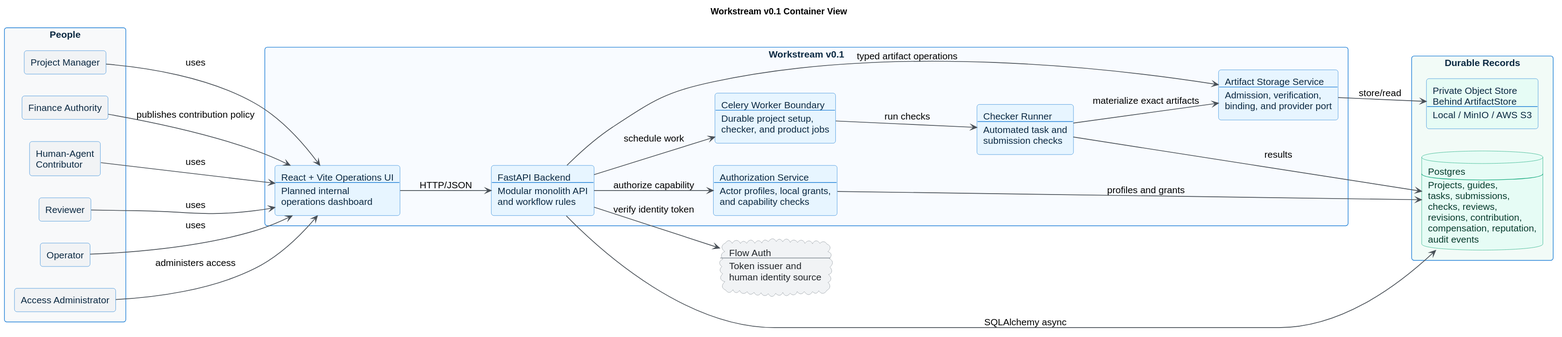
jorshimayor/workstream keeps this PlantUML diagram as docs/diagrams/rendered/workstream_v01_container.svg. Above is the earlier version.
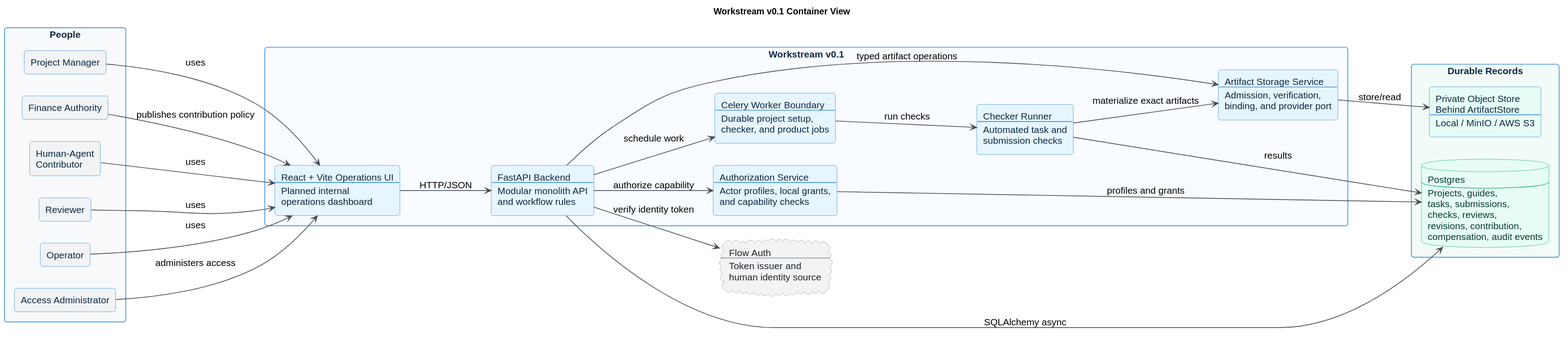
Later version of the same file.

Diff of the diagram source:
```diff
@@ -48,7 +48,7 @@
 }
 
 package "Durable Records" #F2FBF7 {
-  database "Postgres\n----\nProjects, guides,\ntasks, submissions,\nchecks, reviews,\nrevisions, contribution,\ncompensation, reputation,\naudit events" as postgres
+  database "Postgres\n----\nProjects, guides,\ntasks, submissions,\nchecks, reviews,\nrevisions, contribution,\ncompensation, audit events" as postgres
   rectangle "Private Object Store\nBehind ArtifactStore\n----\nLocal / MinIO / AWS S3" as file_store #E6FCF5
 }
 
```
